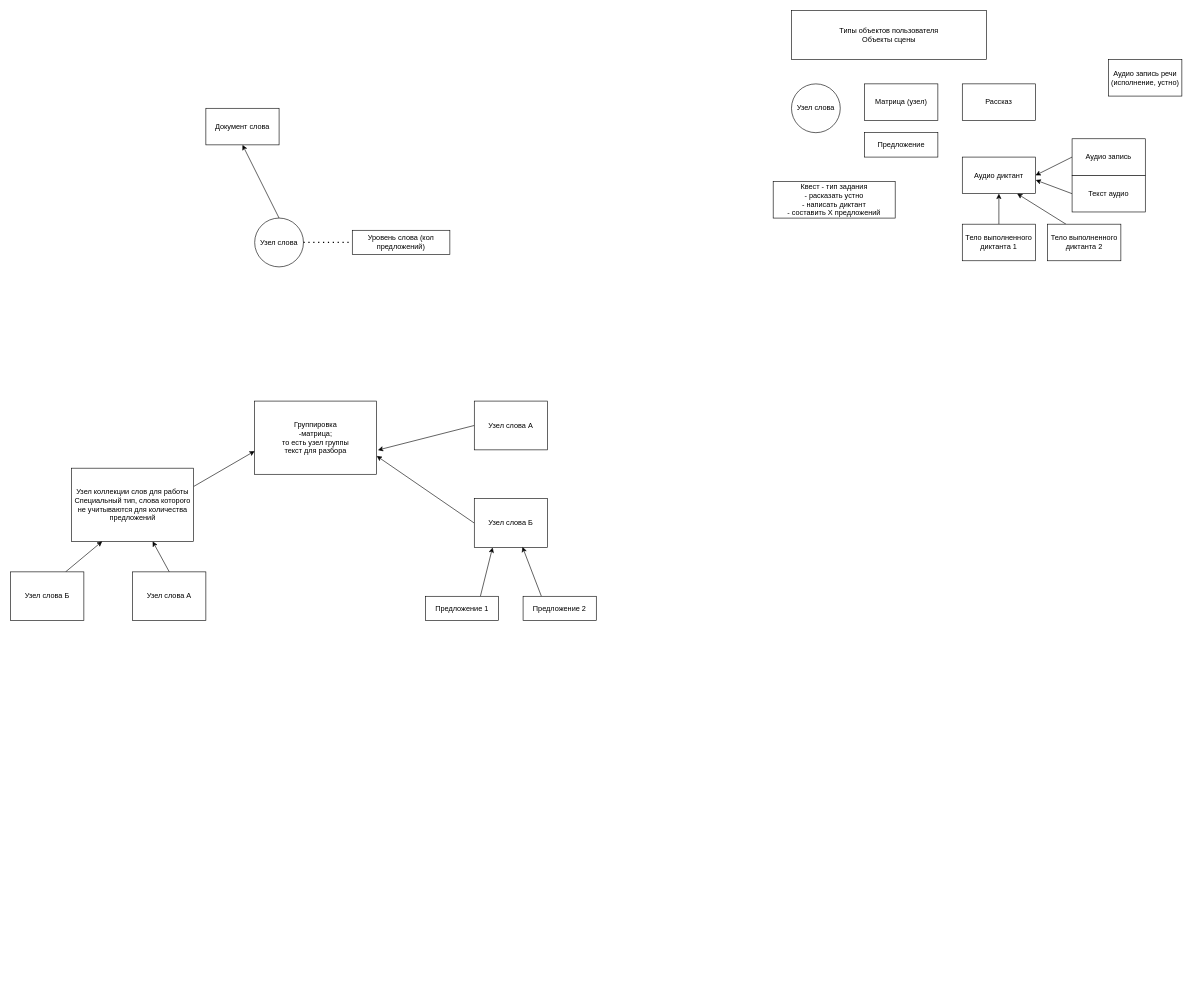
The draw.io diagram doc/Пример паутинной структуры связей объектов.drawio in aleshin-roman-nk/lngCollector, before the edit. Source tidied: cells renumbered, new cells numbered last; positions are measured from the earlier drawing's top-left corner, leaving out a move shared by most shapes. Both pictures are drawn from the tidied source at 61%, with x=0, y=0 at pixel (10, 10).
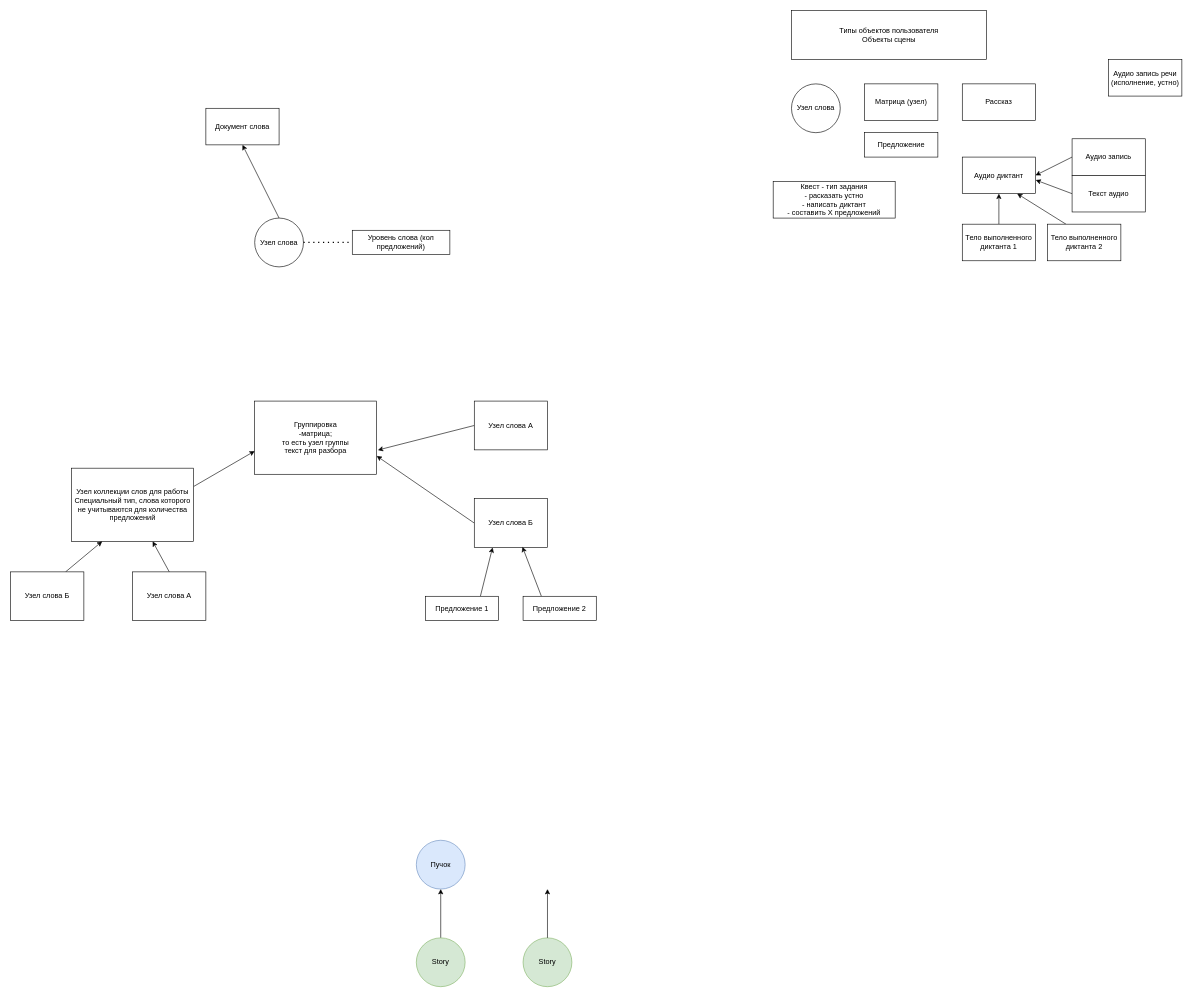
The same diagram, later.

Diff of the diagram source:
```diff
@@
+    <mxCell id="38" value="Пучок" style="ellipse;whiteSpace=wrap;html=1;fillColor=#dae8fc;strokeColor=#6c8ebf;" parent="1" vertex="1">
+      <mxGeometry x="665" y="1360" width="80" height="80" as="geometry" />
+    </mxCell>
+    <mxCell id="39" style="edgeStyle=none;rounded=0;jettySize=auto;html=1;exitX=0.5;exitY=0;exitDx=0;exitDy=0;" parent="1" edge="1" source="40" target="38">
+      <mxGeometry relative="1" as="geometry" />
+    </mxCell>
+    <mxCell id="40" value="Story" style="ellipse;whiteSpace=wrap;html=1;fillColor=#d5e8d4;strokeColor=#82b366;" parent="1" vertex="1">
+      <mxGeometry x="665" y="1520" width="80" height="80" as="geometry" />
+    </mxCell>
+    <mxCell id="41" value="Story" style="ellipse;whiteSpace=wrap;html=1;fillColor=#d5e8d4;strokeColor=#82b366;" parent="1" vertex="1">
+      <mxGeometry x="840" y="1520" width="80" height="80" as="geometry" />
+    </mxCell>
+    <mxCell id="42" style="edgeStyle=none;rounded=0;orthogonalLoop=1;jettySize=auto;html=1;exitX=0.5;exitY=0;exitDx=0;exitDy=0;" parent="1" edge="1">
+      <mxGeometry relative="1" as="geometry">
+        <mxPoint x="880" y="1520" as="sourcePoint" />
+        <mxPoint x="880" y="1440" as="targetPoint" />
+      </mxGeometry>
+    </mxCell>
```
